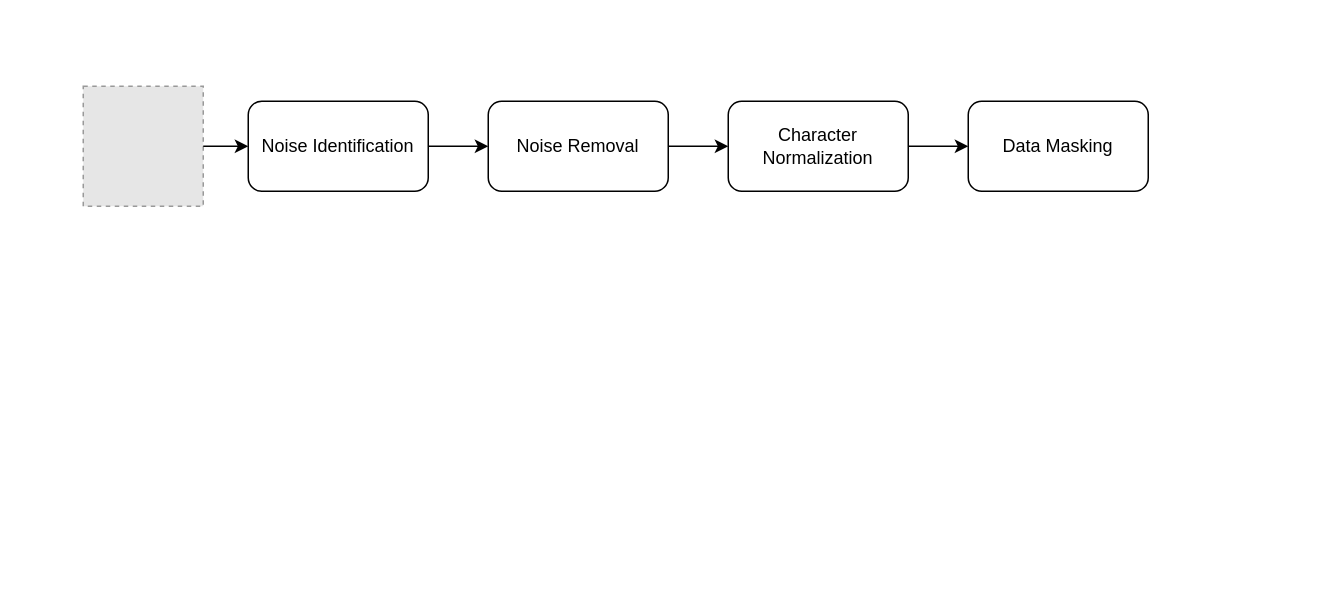
Above: docs/system_design/Untitled Diagram.drawio in cbcote/ils-nlp (draw.io), before the change. Source tidied: cells renumbered, new cells numbered last; positions are measured from the earlier drawing's top-left corner, leaving out a move shared by most shapes. Both pictures are drawn from the tidied source at 150%, with x=0, y=0 at pixel (82, 86). Pictures stored in the file or linked from it are replaced by grey dashed boxes.
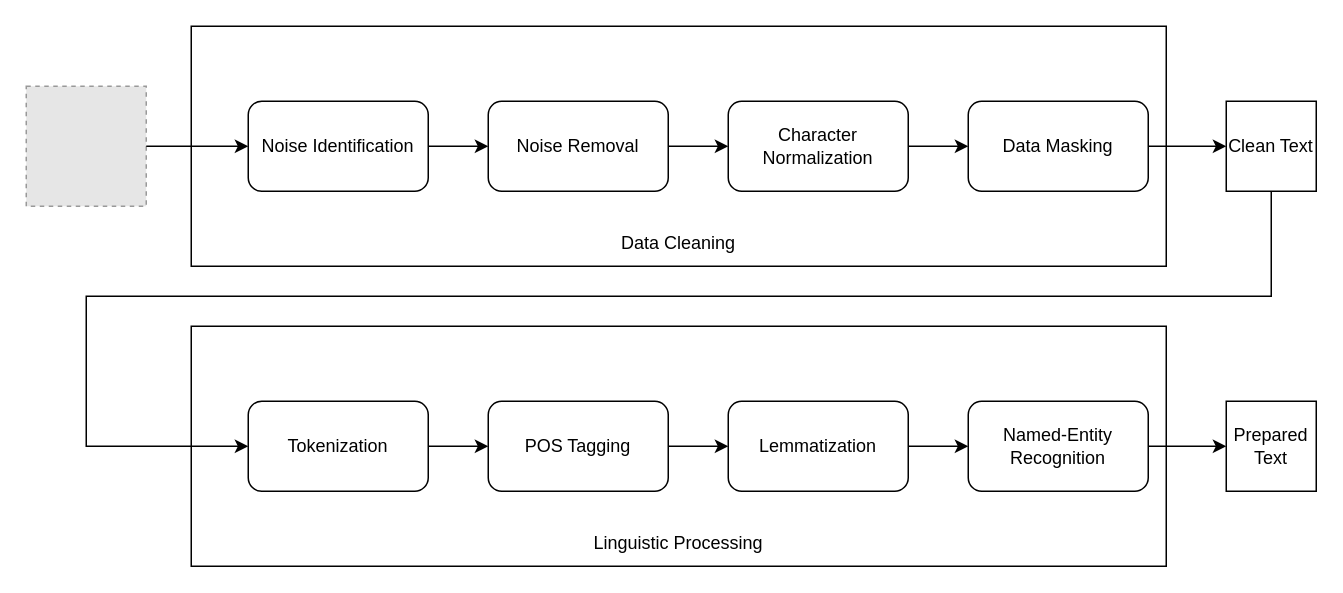
Above is the later version.

Commit message:
High Level first iteration

The change refers to these unchanged cells:
```xml
<mxCell id="7" value="Data Masking" style="rounded=1;whiteSpace=wrap;html=1;" parent="1" vertex="1">
  <mxGeometry x="590" y="10" width="120" height="60" as="geometry" />
</mxCell>
```

Change to the diagram source:
```diff
@@
+    <mxCell id="11" style="rounded=0;whiteSpace=wrap;html=1;fillColor=none;" parent="1" vertex="1">
+      <mxGeometry x="72" y="160" width="650" height="160" as="geometry" />
+    </mxCell>
+    <mxCell id="12" style="rounded=0;whiteSpace=wrap;html=1;fillColor=none;" parent="1" vertex="1">
+      <mxGeometry x="72" y="-40" width="650" height="160" as="geometry" />
+    </mxCell>
     <mxCell id="2" style="fillColor=#E6E6E6;strokeColor=#999999;dashed=1;html=1;verticalAlign=top;verticalLabelPosition=bottom;labelBackgroundColor=#ffffff;" parent="1" vertex="1">
-      <mxGeometry width="80" height="80" as="geometry" />
+      <mxGeometry x="-38" width="80" height="80" as="geometry" />
     </mxCell>
@@
+    <mxCell id="13" value="Tokenization" style="rounded=1;whiteSpace=wrap;html=1;" parent="1" vertex="1">
+      <mxGeometry x="110" y="210" width="120" height="60" as="geometry" />
+    </mxCell>
+    <mxCell id="14" value="POS Tagging" style="rounded=1;whiteSpace=wrap;html=1;" parent="1" vertex="1">
+      <mxGeometry x="270" y="210" width="120" height="60" as="geometry" />
+    </mxCell>
+    <mxCell id="15" value="Lemmatization" style="rounded=1;whiteSpace=wrap;html=1;" parent="1" vertex="1">
+      <mxGeometry x="430" y="210" width="120" height="60" as="geometry" />
+    </mxCell>
+    <mxCell id="16" value="Named-Entity Recognition" style="rounded=1;whiteSpace=wrap;html=1;" parent="1" vertex="1">
+      <mxGeometry x="590" y="210" width="120" height="60" as="geometry" />
+    </mxCell>
+    <mxCell id="17" style="endArrow=classic;html=1;rounded=0;exitX=1;exitY=0.5;exitDx=0;exitDy=0;entryX=0;entryY=0.5;entryDx=0;entryDy=0;" parent="1" edge="1" source="13" target="14">
+      <mxGeometry relative="1" as="geometry" />
+    </mxCell>
+    <mxCell id="18" style="endArrow=classic;html=1;rounded=0;exitX=1;exitY=0.5;exitDx=0;exitDy=0;entryX=0;entryY=0.5;entryDx=0;entryDy=0;" parent="1" edge="1" source="14" target="15">
+      <mxGeometry relative="1" as="geometry" />
+    </mxCell>
+    <mxCell id="19" style="endArrow=classic;html=1;rounded=0;exitX=1;exitY=0.5;exitDx=0;exitDy=0;entryX=0;entryY=0.5;entryDx=0;entryDy=0;" parent="1" edge="1" source="15" target="16">
+      <mxGeometry relative="1" as="geometry" />
+    </mxCell>
+    <mxCell id="20" value="Linguistic Processing" style="text;html=1;align=center;verticalAlign=middle;whiteSpace=wrap;rounded=0;" parent="1" vertex="1">
+      <mxGeometry x="332" y="290" width="130" height="30" as="geometry" />
+    </mxCell>
+    <mxCell id="21" value="Data Cleaning" style="text;html=1;align=center;verticalAlign=middle;whiteSpace=wrap;rounded=0;" parent="1" vertex="1">
+      <mxGeometry x="332" y="90" width="130" height="30" as="geometry" />
+    </mxCell>
+    <mxCell id="22" value="Clean Text" style="rounded=0;whiteSpace=wrap;html=1;" parent="1" vertex="1">
+      <mxGeometry x="762" y="10" width="60" height="60" as="geometry" />
+    </mxCell>
+    <mxCell id="23" style="endArrow=classic;html=1;rounded=0;exitX=1;exitY=0.5;exitDx=0;exitDy=0;entryX=0;entryY=0.5;entryDx=0;entryDy=0;" parent="1" edge="1" source="7" target="22">
+      <mxGeometry relative="1" as="geometry" />
+    </mxCell>
+    <mxCell id="24" style="endArrow=classic;html=1;rounded=0;exitX=0.5;exitY=1;exitDx=0;exitDy=0;entryX=0;entryY=0.5;entryDx=0;entryDy=0;" parent="1" edge="1" source="22" target="13">
+      <mxGeometry relative="1" as="geometry">
+        <Array as="points">
+          <mxPoint x="792" y="140" />
+          <mxPoint x="612" y="140" />
+          <mxPoint x="312" y="140" />
+          <mxPoint x="2" y="140" />
+          <mxPoint x="2" y="200" />
+          <mxPoint x="2" y="240" />
+        </Array>
+      </mxGeometry>
+    </mxCell>
+    <mxCell id="25" value="Prepared Text" style="rounded=0;whiteSpace=wrap;html=1;" parent="1" vertex="1">
+      <mxGeometry x="762" y="210" width="60" height="60" as="geometry" />
+    </mxCell>
+    <mxCell id="26" style="endArrow=classic;html=1;rounded=0;exitX=1;exitY=0.5;exitDx=0;exitDy=0;entryX=0;entryY=0.5;entryDx=0;entryDy=0;" parent="1" edge="1" source="16" target="25">
+      <mxGeometry relative="1" as="geometry" />
+    </mxCell>
```
